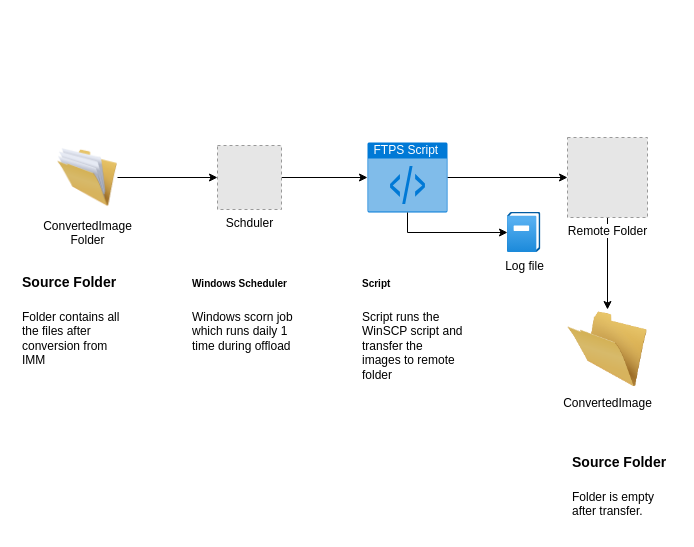
biswarup81/drawings keeps this draw.io diagram as page "Case-1" (1 of 2) of Bulk_Upload_IMM.drawio. Above is the earlier version. Source tidied: cells renumbered, new cells numbered last; positions are measured from the earlier drawing's top-left corner, leaving out a move shared by most shapes. Both pictures are drawn from the tidied source at 100%, with x=0, y=0 at pixel (17, 137). Pictures stored in the file or linked from it are replaced by grey dashed boxes.
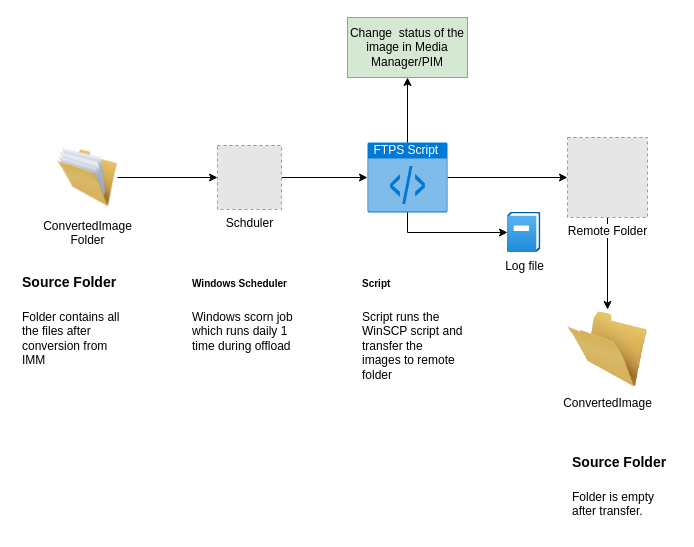
Above is the later version.

What changed in the source:
```diff
@@
 <mxGraphModel>
   <root>
     <mxCell id="0" />
     <mxCell id="1" parent="0" />
     <mxCell id="2" style="edgeStyle=orthogonalEdgeStyle;rounded=0;jettySize=auto;html=1;" parent="1" edge="1" source="3" target="8">
       <mxGeometry relative="1" as="geometry" />
     </mxCell>
     <mxCell id="3" value="ConvertedImage&lt;br&gt;Folder" style="image;html=1;image=img/lib/clip_art/general/Full_Folder_128x128.png;" parent="1" vertex="1">
       <mxGeometry x="40" y="5" width="60" height="70" as="geometry" />
     </mxCell>
     <mxCell id="4" value="ConvertedImage " style="image;html=1;image=img/lib/clip_art/general/Empty_Folder_128x128.png;" parent="1" vertex="1">
       <mxGeometry x="550" y="172" width="80" height="80" as="geometry" />
     </mxCell>
     <mxCell id="5" style="edgeStyle=orthogonalEdgeStyle;rounded=0;jettySize=auto;html=1;" parent="1" edge="1" source="6" target="10">
       <mxGeometry relative="1" as="geometry" />
     </mxCell>
+    <mxCell id="17" style="edgeStyle=orthogonalEdgeStyle;rounded=0;jettySize=auto;html=1;" parent="1" edge="1" source="6" target="18">
+      <mxGeometry relative="1" as="geometry" />
+    </mxCell>
     <mxCell id="6" value="FTPS Script&amp;nbsp;" style="html=1;strokeColor=none;fillColor=#0079D6;labelPosition=center;verticalLabelPosition=middle;verticalAlign=top;align=center;fontSize=12;outlineConnect=0;spacingTop=-6;fontColor=#FFFFFF;shape=mxgraph.sitemap.script;" parent="1" vertex="1">
       <mxGeometry x="350" y="5" width="80" height="70" as="geometry" />
     </mxCell>
     <mxCell id="7" style="edgeStyle=orthogonalEdgeStyle;rounded=0;jettySize=auto;html=1;" parent="1" edge="1" source="8" target="6">
       <mxGeometry relative="1" as="geometry" />
     </mxCell>
     <mxCell id="8" value="Schduler" style="fillColor=#E6E6E6;strokeColor=#999999;dashed=1;html=1;verticalAlign=top;verticalLabelPosition=bottom;labelBackgroundColor=#ffffff;" parent="1" vertex="1">
       <mxGeometry x="200" y="8" width="64" height="64" as="geometry" />
     </mxCell>
     <mxCell id="9" style="edgeStyle=orthogonalEdgeStyle;rounded=0;jettySize=auto;html=1;" parent="1" edge="1" source="10" target="4">
       <mxGeometry relative="1" as="geometry" />
     </mxCell>
     <mxCell id="10" value="Remote Folder" style="fillColor=#E6E6E6;strokeColor=#999999;dashed=1;html=1;verticalAlign=top;verticalLabelPosition=bottom;labelBackgroundColor=#ffffff;" parent="1" vertex="1">
       <mxGeometry x="550" width="80" height="80" as="geometry" />
     </mxCell>
     <mxCell id="11" value="&lt;h1&gt;&lt;font style=&quot;font-size: 14px&quot;&gt;Source Folder&lt;/font&gt;&lt;/h1&gt;&lt;p&gt;&lt;font style=&quot;font-size: 12px&quot;&gt;Folder contains all the files after conversion from IMM&lt;/font&gt;&lt;/p&gt;" style="text;html=1;strokeColor=none;fillColor=none;spacing=5;spacingTop=-20;whiteSpace=wrap;overflow=hidden;rounded=0;" parent="1" vertex="1">
       <mxGeometry y="122" width="110" height="120" as="geometry" />
     </mxCell>
     <mxCell id="12" value="&lt;h1&gt;&lt;font style=&quot;line-height: 94% ; font-size: 10px&quot;&gt;Windows Scheduler&lt;/font&gt;&lt;/h1&gt;&lt;p&gt;Windows scorn job which runs daily 1 time during offload&lt;/p&gt;" style="text;html=1;strokeColor=none;fillColor=none;spacing=5;spacingTop=-20;whiteSpace=wrap;overflow=hidden;rounded=0;" parent="1" vertex="1">
       <mxGeometry x="170" y="122" width="110" height="120" as="geometry" />
     </mxCell>
     <mxCell id="13" value="&lt;h1&gt;&lt;font style=&quot;line-height: 94% ; font-size: 10px&quot;&gt;Script&lt;/font&gt;&lt;/h1&gt;&lt;p&gt;Script runs the WinSCP script and transfer the images to remote folder&lt;/p&gt;" style="text;html=1;strokeColor=none;fillColor=none;spacing=5;spacingTop=-20;whiteSpace=wrap;overflow=hidden;rounded=0;" parent="1" vertex="1">
       <mxGeometry x="340" y="122" width="110" height="120" as="geometry" />
     </mxCell>
     <mxCell id="14" value="&lt;h1&gt;&lt;font style=&quot;font-size: 14px&quot;&gt;Source Folder&lt;/font&gt;&lt;/h1&gt;&lt;p&gt;&lt;font style=&quot;font-size: 12px&quot;&gt;Folder is empty after transfer.&lt;/font&gt;&lt;/p&gt;" style="text;html=1;strokeColor=none;fillColor=none;spacing=5;spacingTop=-20;whiteSpace=wrap;overflow=hidden;rounded=0;" parent="1" vertex="1">
       <mxGeometry x="550" y="302" width="110" height="90" as="geometry" />
     </mxCell>
     <mxCell id="15" value="Log file" style="html=1;points=[];align=center;image;fontSize=12;image=img/lib/azure2/management_governance/Activity_Log.svg;" parent="1" vertex="1">
       <mxGeometry x="490" y="75" width="33.4" height="40" as="geometry" />
     </mxCell>
     <mxCell id="16" style="edgeStyle=orthogonalEdgeStyle;rounded=0;jettySize=auto;html=1;exitX=0.5;exitY=1;exitDx=0;exitDy=0;exitPerimeter=0;" parent="1" edge="1" source="6" target="15">
       <mxGeometry relative="1" as="geometry" />
     </mxCell>
+    <mxCell id="18" value="Change &amp;nbsp;status of the image in Media Manager/PIM" style="rounded=0;whiteSpace=wrap;html=1;fillColor=#d5e8d4;strokeColor=#82b366;" parent="1" vertex="1">
+      <mxGeometry x="330" y="-120" width="120" height="60" as="geometry" />
+    </mxCell>
   </root>
 </mxGraphModel>
```
